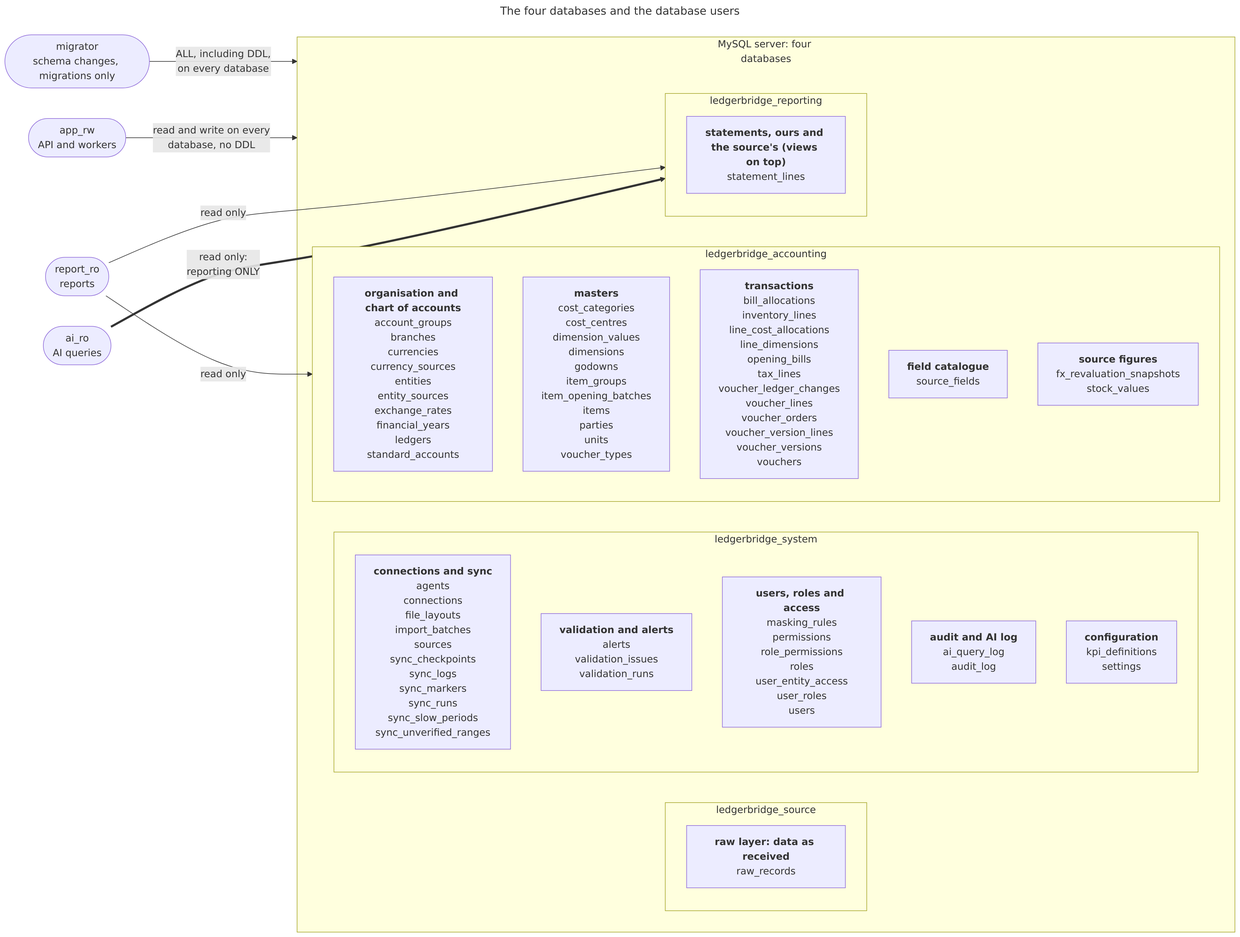
empirical-logic-2026/ledgerbridge keeps this Mermaid diagram as docs/diagrams/schema-databases.png. Above is the earlier version. Its source is kept beside it as docs/diagrams/schema-databases.mmd.
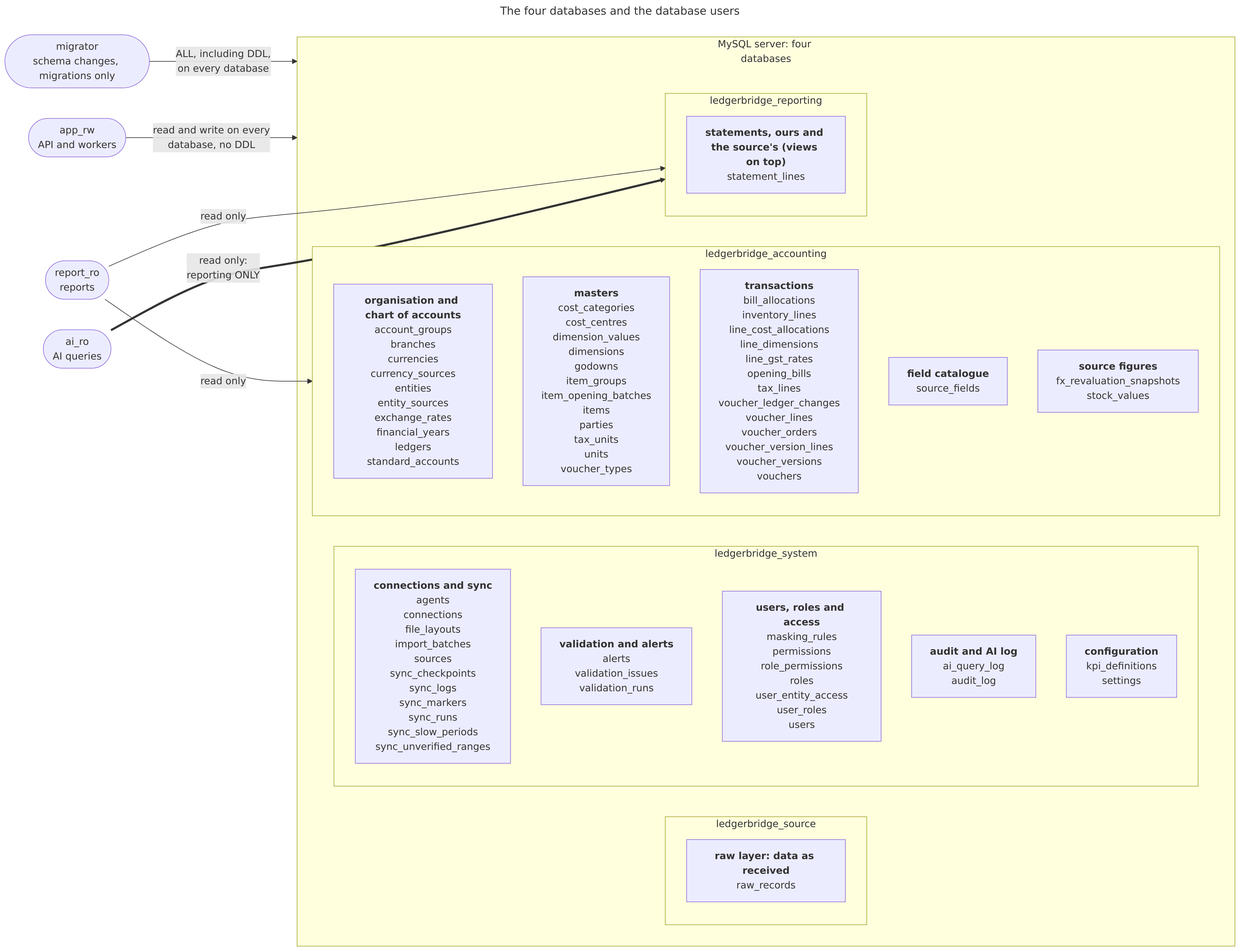
The same diagram one commit later.

The edit, as a diff of the source:
```diff
@@ -20,8 +20,8 @@
     end
     subgraph ledgerbridge_accounting["ledgerbridge_accounting"]
         ledgerbridge_accounting_1["<b>organisation and chart of accounts</b><br/>account_groups<br/>branches<br/>currencies<br/>currency_sources<br/>entities<br/>entity_sources<br/>exchange_rates<br/>financial_years<br/>ledgers<br/>standard_accounts"]
-        ledgerbridge_accounting_2["<b>masters</b><br/>cost_categories<br/>cost_centres<br/>dimension_values<br/>dimensions<br/>godowns<br/>item_groups<br/>item_opening_batches<br/>items<br/>parties<br/>units<br/>voucher_types"]
-        ledgerbridge_accounting_3["<b>transactions</b><br/>bill_allocations<br/>inventory_lines<br/>line_cost_allocations<br/>line_dimensions<br/>opening_bills<br/>tax_lines<br/>voucher_ledger_changes<br/>voucher_lines<br/>voucher_orders<br/>voucher_version_lines<br/>voucher_versions<br/>vouchers"]
+        ledgerbridge_accounting_2["<b>masters</b><br/>cost_categories<br/>cost_centres<br/>dimension_values<br/>dimensions<br/>godowns<br/>item_groups<br/>item_opening_batches<br/>items<br/>parties<br/>tax_units<br/>units<br/>voucher_types"]
+        ledgerbridge_accounting_3["<b>transactions</b><br/>bill_allocations<br/>inventory_lines<br/>line_cost_allocations<br/>line_dimensions<br/>line_gst_rates<br/>opening_bills<br/>tax_lines<br/>voucher_ledger_changes<br/>voucher_lines<br/>voucher_orders<br/>voucher_version_lines<br/>voucher_versions<br/>vouchers"]
         ledgerbridge_accounting_4["<b>field catalogue</b><br/>source_fields"]
         ledgerbridge_accounting_5["<b>source figures</b><br/>fx_revaluation_snapshots<br/>stock_values"]
     end
```
